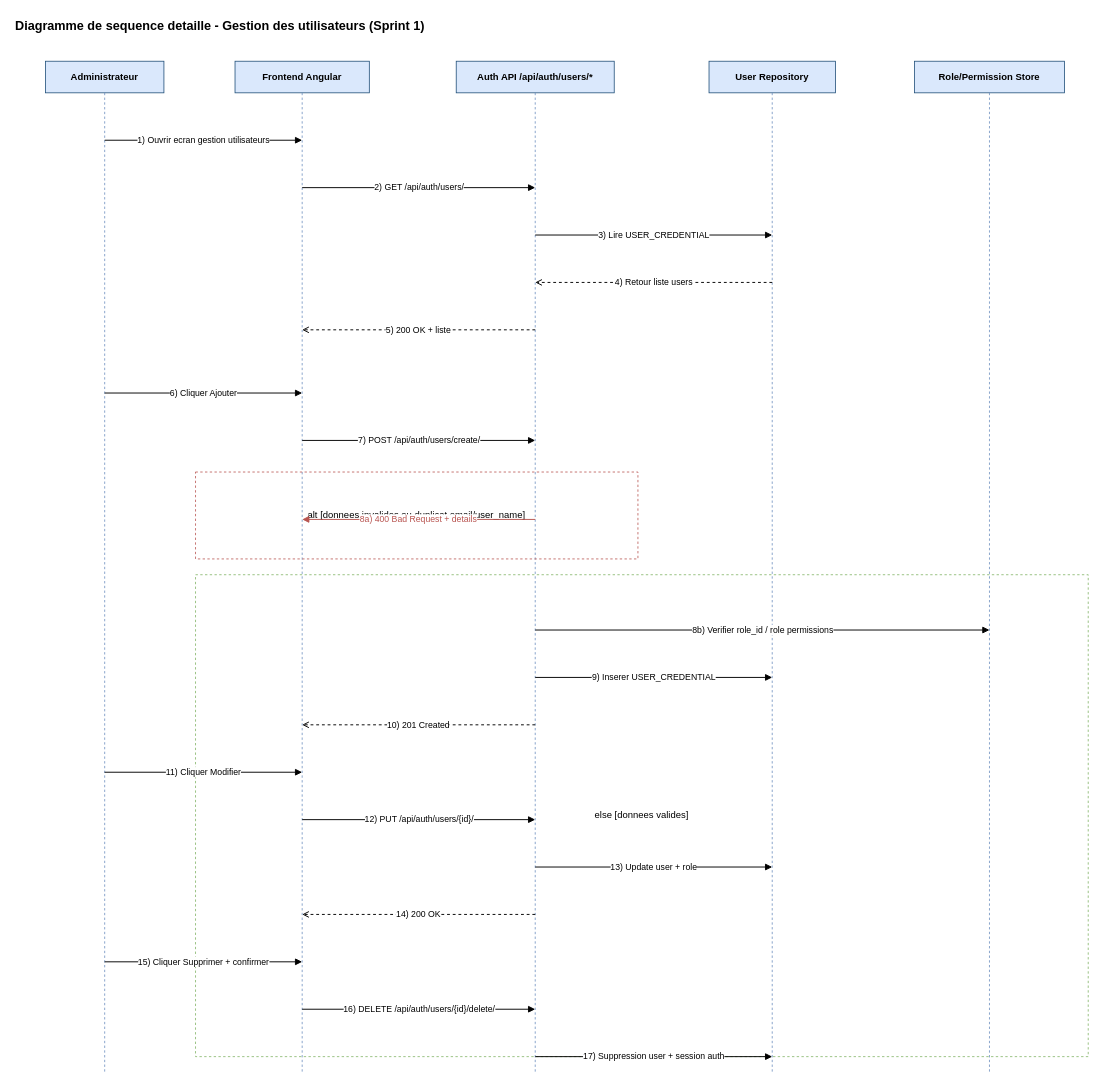
Before: page "Seq-Gestion-Utilisateur-Sprint1" (2 of 2) of isimm-platform/docs/diagrams/sprint1-sequence-auth-gestion.drawio in dutryJll/PFE-Project, a draw.io diagram. Source tidied: cells renumbered, new cells numbered last; positions are measured from the earlier drawing's top-left corner, leaving out a move shared by most shapes. Both pictures are drawn from the tidied source at 79%, with x=0, y=0 at pixel (13, 13).
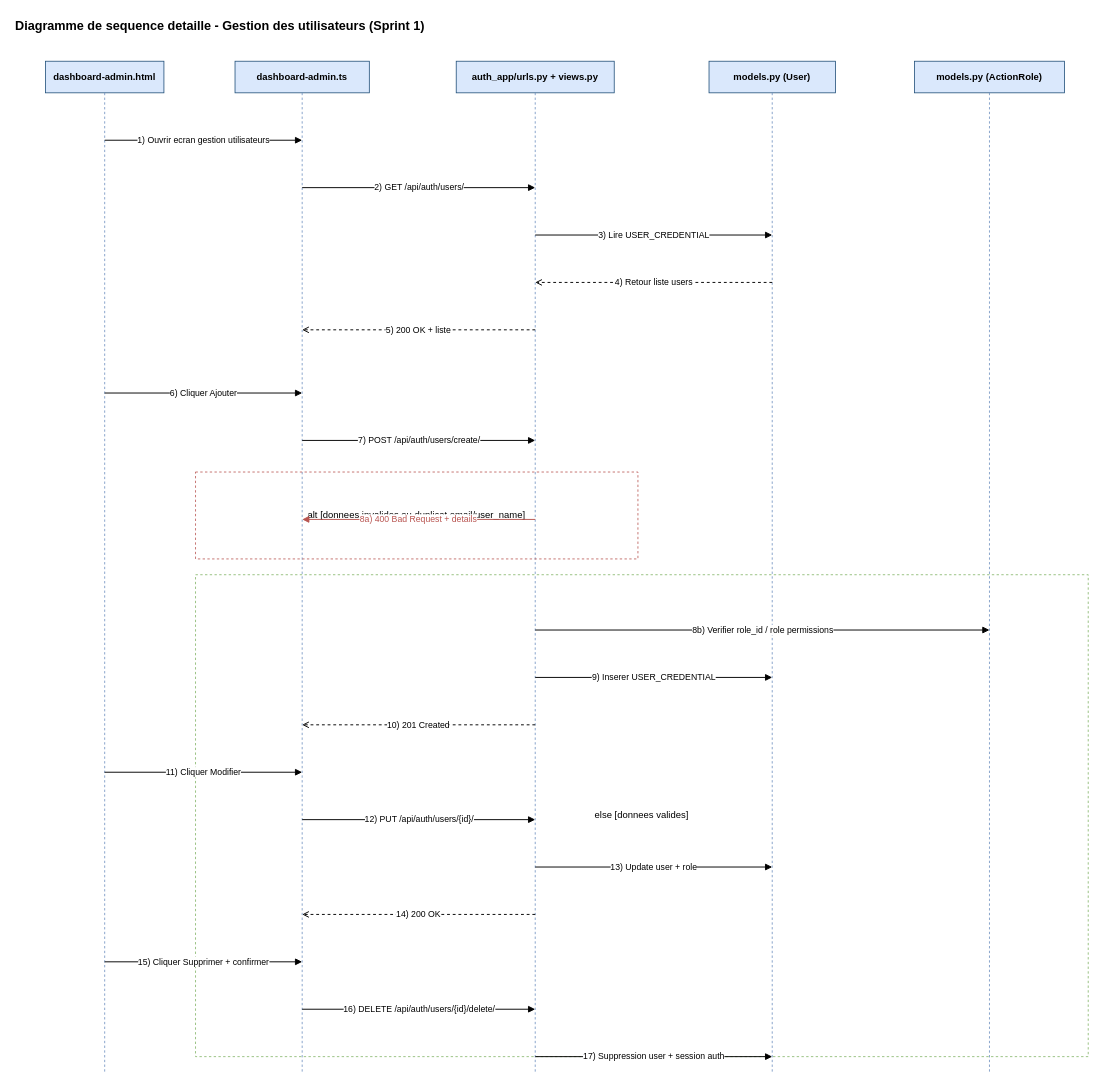
After the change.

Change to the diagram source:
```diff
@@
-    <mxCell id="3" value="Administrateur" style="rounded=0;whiteSpace=wrap;html=1;fillColor=#DAE8FC;strokeColor=#1F4E78;fontStyle=1;" parent="1" vertex="1">
+    <mxCell id="3" value="dashboard-admin.html" style="rounded=0;whiteSpace=wrap;html=1;fillColor=#DAE8FC;strokeColor=#1F4E78;fontStyle=1;" parent="1" vertex="1">
       <mxGeometry x="40" y="60" width="150" height="40" as="geometry" />
     </mxCell>
-    <mxCell id="4" value="Frontend Angular" style="rounded=0;whiteSpace=wrap;html=1;fillColor=#DAE8FC;strokeColor=#1F4E78;fontStyle=1;" parent="1" vertex="1">
+    <mxCell id="4" value="dashboard-admin.ts" style="rounded=0;whiteSpace=wrap;html=1;fillColor=#DAE8FC;strokeColor=#1F4E78;fontStyle=1;" parent="1" vertex="1">
       <mxGeometry x="280" y="60" width="170" height="40" as="geometry" />
     </mxCell>
-    <mxCell id="5" value="Auth API /api/auth/users/*" style="rounded=0;whiteSpace=wrap;html=1;fillColor=#DAE8FC;strokeColor=#1F4E78;fontStyle=1;" parent="1" vertex="1">
+    <mxCell id="5" value="auth_app/urls.py + views.py" style="rounded=0;whiteSpace=wrap;html=1;fillColor=#DAE8FC;strokeColor=#1F4E78;fontStyle=1;" parent="1" vertex="1">
       <mxGeometry x="560" y="60" width="200" height="40" as="geometry" />
     </mxCell>
-    <mxCell id="6" value="User Repository" style="rounded=0;whiteSpace=wrap;html=1;fillColor=#DAE8FC;strokeColor=#1F4E78;fontStyle=1;" parent="1" vertex="1">
+    <mxCell id="6" value="models.py (User)" style="rounded=0;whiteSpace=wrap;html=1;fillColor=#DAE8FC;strokeColor=#1F4E78;fontStyle=1;" parent="1" vertex="1">
       <mxGeometry x="880" y="60" width="160" height="40" as="geometry" />
     </mxCell>
-    <mxCell id="7" value="Role/Permission Store" style="rounded=0;whiteSpace=wrap;html=1;fillColor=#DAE8FC;strokeColor=#1F4E78;fontStyle=1;" parent="1" vertex="1">
+    <mxCell id="7" value="models.py (ActionRole)" style="rounded=0;whiteSpace=wrap;html=1;fillColor=#DAE8FC;strokeColor=#1F4E78;fontStyle=1;" parent="1" vertex="1">
       <mxGeometry x="1140" y="60" width="190" height="40" as="geometry" />
     </mxCell>
```
